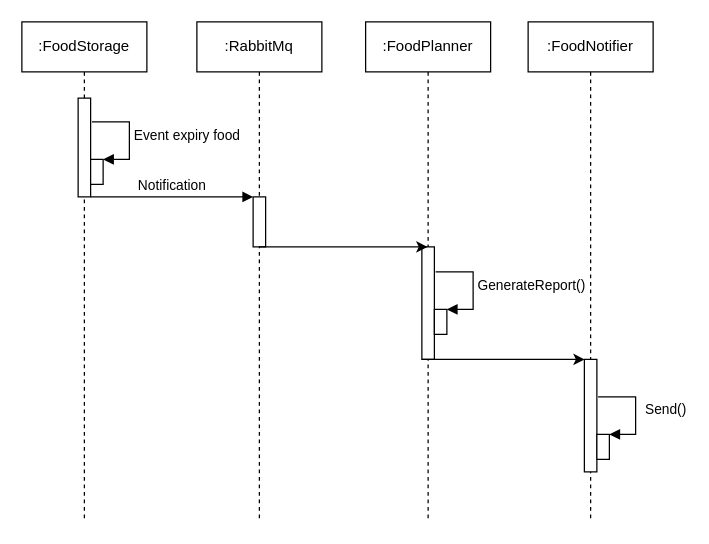
Earlier version of the draw.io diagram page "Sequence" (2 of 4) of docs/diagrams/food-planner.drawio (otusroom5/food-manager). Source tidied: cells renumbered, new cells numbered last; positions are measured from the earlier drawing's top-left corner, leaving out a move shared by most shapes. Both pictures are drawn from the tidied source at 125%, with x=0, y=0 at pixel (21, 21).
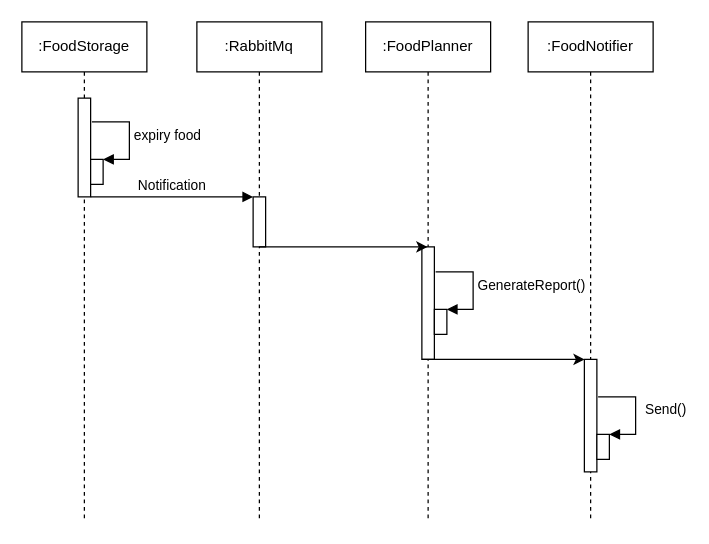
The same diagram, later.

The change refers to these unchanged cells:
```xml
<mxCell id="2" value=":FoodStorage" style="shape=umlLifeline;perimeter=lifelinePerimeter;whiteSpace=wrap;html=1;newEdgeStyle={&quot;curved&quot;:0,&quot;rounded&quot;:0};" parent="1" vertex="1">
  <mxGeometry width="100" height="400" as="geometry" />
</mxCell>
<mxCell id="4" style="html=1;points=[[0,0,0,0,5],[0,1,0,0,-5],[1,0,0,0,5],[1,1,0,0,-5]];perimeter=orthogonalPerimeter;outlineConnect=0;targetShapes=umlLifeline;portConstraint=eastwest;newEdgeStyle={&quot;curved&quot;:0,&quot;rounded&quot;:0};" parent="2" vertex="1">
  <mxGeometry x="55" y="110" width="10" height="20" as="geometry" />
</mxCell>
```

The edit, as a diff of the source:
```diff
@@
-    <mxCell id="5" value="Event expiry food" style="html=1;align=left;spacingLeft=2;endArrow=block;rounded=0;edgeStyle=orthogonalEdgeStyle;curved=0;rounded=0;" parent="2" edge="1" target="4">
+    <mxCell id="5" value="expiry food" style="html=1;align=left;spacingLeft=2;endArrow=block;rounded=0;edgeStyle=orthogonalEdgeStyle;curved=0;rounded=0;" parent="2" edge="1" target="4">
       <mxGeometry relative="1" as="geometry">
         <mxPoint x="56" y="80" as="sourcePoint" />
         <Array as="points">
           <mxPoint x="86" y="110" />
         </Array>
       </mxGeometry>
     </mxCell>
```
